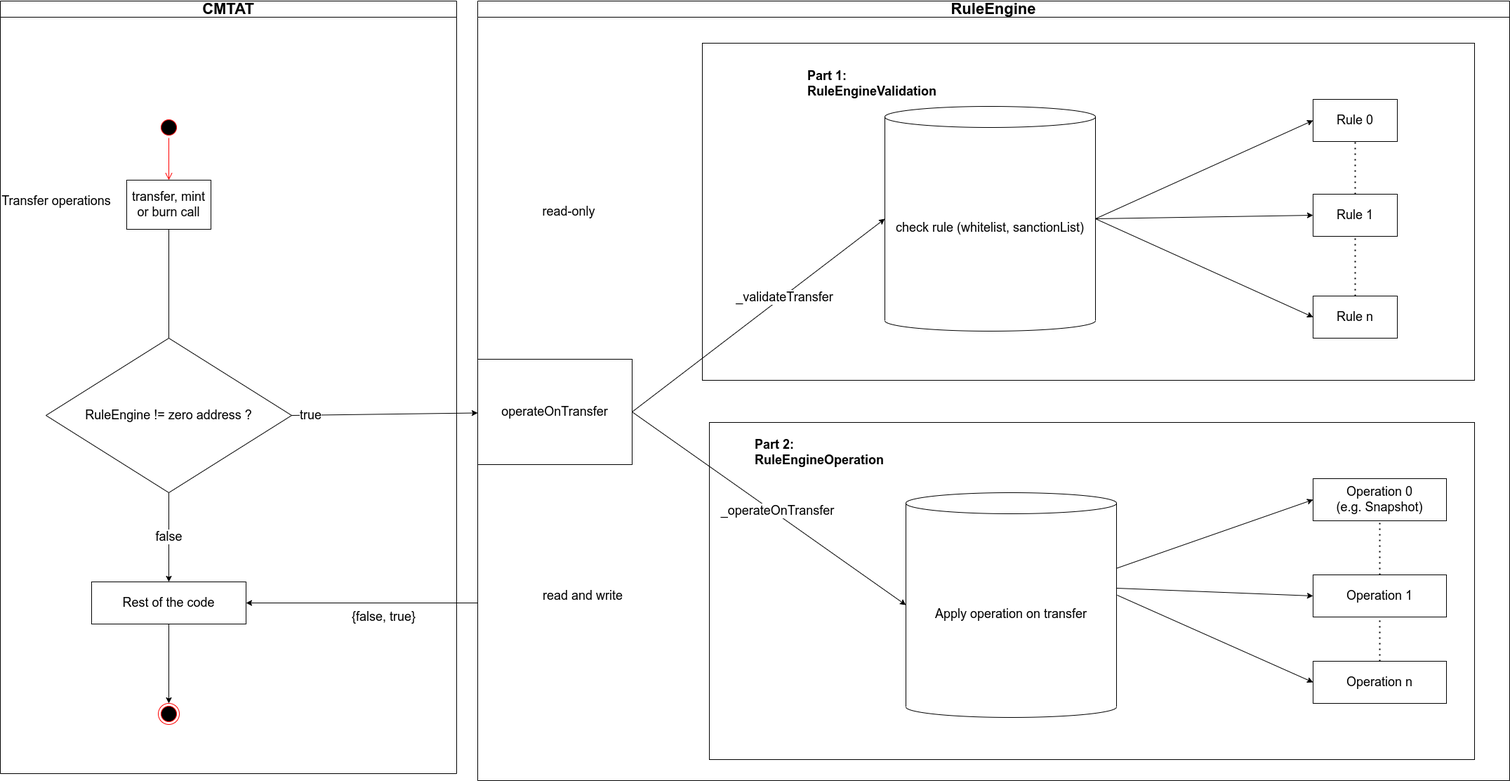
This is doc/schema/drawio/Engine-RuleEngine.drawio.png from CMTA/CMTAT, a draw.io export, as it was before one commit. Source tidied: cells renumbered, new cells last; positions are measured from the earlier drawing's top-left corner, leaving out a move shared by most shapes.
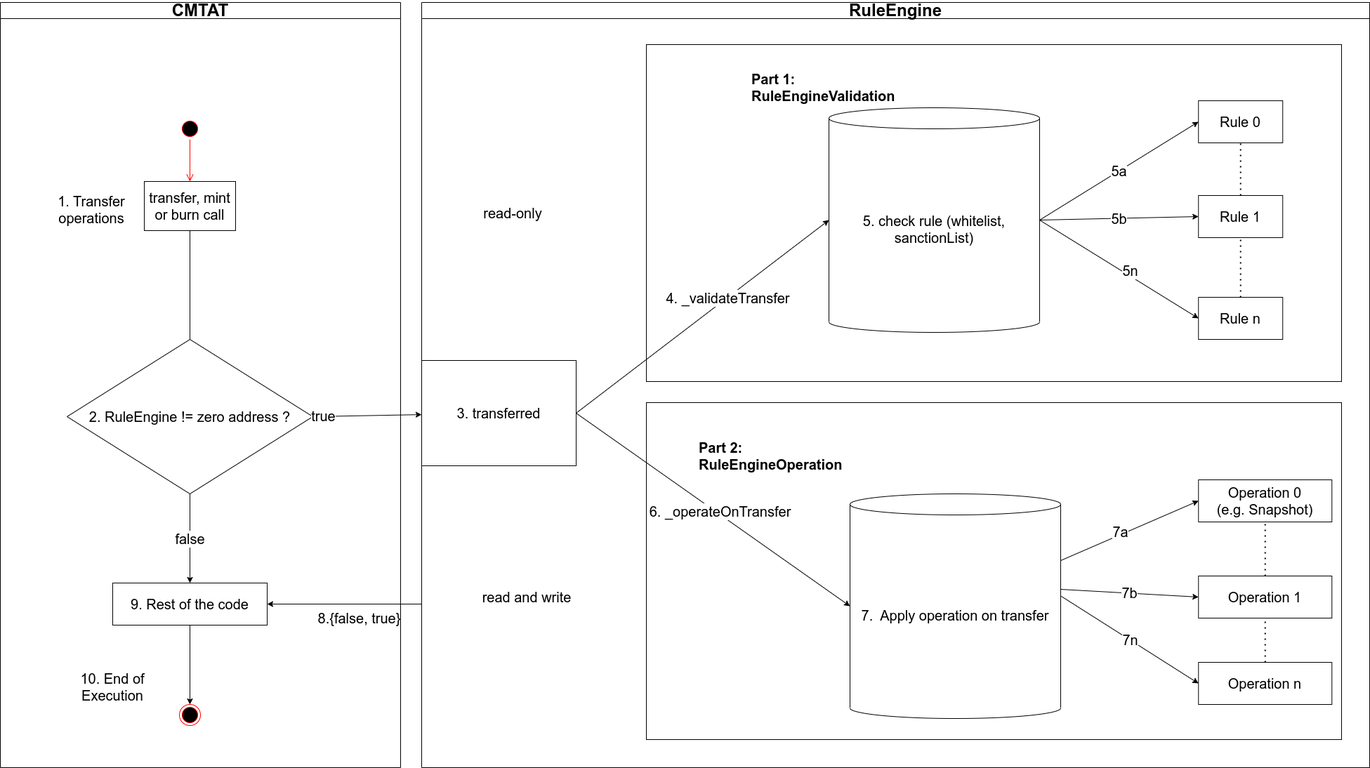
After the change.

Change to the diagram source:
```diff
@@ -2,142 +2,155 @@
   <root>
     <mxCell id="0" />
     <mxCell id="1" parent="0" />
-    <mxCell id="2" value="transfer, mint or burn call" style="rounded=0;whiteSpace=wrap;html=1;fontSize=18;" parent="1" vertex="1">
-      <mxGeometry x="180" y="255" width="120" height="70" as="geometry" />
-    </mxCell>
-    <mxCell id="3" style="endArrow=classic;html=1;rounded=0;exitX=0.5;exitY=1;exitDx=0;exitDy=0;fontSize=18;" parent="1" edge="1" source="2">
+    <mxCell id="3" style="endArrow=classic;html=1;rounded=0;exitX=0.5;exitY=1;exitDx=0;exitDy=0;fontSize=20;" parent="1" edge="1" source="2">
       <mxGeometry relative="1" as="geometry">
-        <mxPoint x="240" y="530" as="targetPoint" />
+        <mxPoint x="350" y="530" as="targetPoint" />
       </mxGeometry>
     </mxCell>
-    <mxCell id="4" value="RuleEngine != zero address ?" style="rhombus;whiteSpace=wrap;html=1;fontSize=18;" parent="1" vertex="1">
-      <mxGeometry x="65" y="480" width="350" height="220" as="geometry" />
+    <mxCell id="4" value="2. RuleEngine != zero address ?" style="rhombus;whiteSpace=wrap;html=1;fontSize=20;" parent="1" vertex="1">
+      <mxGeometry x="175" y="480" width="350" height="220" as="geometry" />
     </mxCell>
-    <mxCell id="5" value="&lt;font style=&quot;font-size: 22px;&quot;&gt;RuleEngine&lt;/font&gt;" style="swimlane;whiteSpace=wrap;html=1;fontSize=18;" parent="1" vertex="1">
-      <mxGeometry x="680" width="1470" height="1110" as="geometry" />
+    <mxCell id="5" value="&lt;font style=&quot;font-size: 24px;&quot;&gt;RuleEngine&lt;/font&gt;" style="swimlane;whiteSpace=wrap;html=1;fontSize=20;" parent="1" vertex="1">
+      <mxGeometry x="680" width="1350" height="1090" as="geometry" />
     </mxCell>
+    <mxCell id="7" style="rounded=0;whiteSpace=wrap;html=1;fontSize=20;" parent="5" vertex="1">
+      <mxGeometry x="320" y="570" width="990" height="480" as="geometry" />
+    </mxCell>
-    <mxCell id="6" style="rounded=0;whiteSpace=wrap;html=1;fontSize=18;" parent="5" vertex="1">
-      <mxGeometry x="320" y="60" width="1100" height="480" as="geometry" />
+    <mxCell id="6" style="rounded=0;whiteSpace=wrap;html=1;fontSize=20;" parent="5" vertex="1">
+      <mxGeometry x="320" y="60" width="990" height="480" as="geometry" />
     </mxCell>
-    <mxCell id="7" style="rounded=0;whiteSpace=wrap;html=1;fontSize=18;" parent="5" vertex="1">
-      <mxGeometry x="330" y="600" width="1090" height="480" as="geometry" />
-    </mxCell>
-    <mxCell id="8" value="operateOnTransfer" style="rounded=0;whiteSpace=wrap;html=1;fontSize=18;" parent="5" vertex="1">
+    <mxCell id="8" value="3. transferred" style="rounded=0;whiteSpace=wrap;html=1;fontSize=20;" parent="5" vertex="1">
       <mxGeometry y="510" width="220" height="150" as="geometry" />
     </mxCell>
-    <mxCell id="9" value="Operation 1" style="rounded=0;whiteSpace=wrap;html=1;fontSize=18;" parent="5" vertex="1">
-      <mxGeometry x="1190" y="817" width="190" height="60" as="geometry" />
+    <mxCell id="9" value="Operation 1" style="rounded=0;whiteSpace=wrap;html=1;fontSize=20;" parent="5" vertex="1">
+      <mxGeometry x="1106.3" y="817" width="190" height="60" as="geometry" />
     </mxCell>
-    <mxCell id="10" value="Operation 0&lt;br style=&quot;font-size: 18px;&quot;&gt;(e.g. Snapshot)" style="rounded=0;whiteSpace=wrap;html=1;fontSize=18;" parent="5" vertex="1">
-      <mxGeometry x="1190" y="680" width="190" height="60" as="geometry" />
+    <mxCell id="10" value="Operation 0&lt;br style=&quot;font-size: 20px;&quot;&gt;(e.g. Snapshot)" style="rounded=0;whiteSpace=wrap;html=1;fontSize=20;" parent="5" vertex="1">
+      <mxGeometry x="1106.3" y="680" width="190" height="60" as="geometry" />
     </mxCell>
-    <mxCell id="11" style="endArrow=none;dashed=1;html=1;dashPattern=1 3;strokeWidth=2;rounded=0;fontSize=18;exitX=0.5;exitY=0;exitDx=0;exitDy=0;entryX=0.5;entryY=1;entryDx=0;entryDy=0;" parent="5" edge="1" source="9" target="10">
+    <mxCell id="11" style="endArrow=none;dashed=1;html=1;dashPattern=1 3;strokeWidth=2;rounded=0;fontSize=20;exitX=0.5;exitY=0;exitDx=0;exitDy=0;entryX=0.5;entryY=1;entryDx=0;entryDy=0;" parent="5" edge="1" source="9" target="10">
       <mxGeometry relative="1" as="geometry" />
     </mxCell>
-    <mxCell id="12" value="&lt;h1 style=&quot;font-size: 18px;&quot;&gt;Part 2: RuleEngineOperation&lt;/h1&gt;" style="text;html=1;strokeColor=none;fillColor=none;spacing=5;spacingTop=-20;whiteSpace=wrap;overflow=hidden;rounded=0;fontSize=18;" parent="5" vertex="1">
+    <mxCell id="12" value="&lt;h1 style=&quot;font-size: 20px;&quot;&gt;Part 2: RuleEngineOperation&lt;/h1&gt;" style="text;html=1;strokeColor=none;fillColor=none;spacing=5;spacingTop=-20;whiteSpace=wrap;overflow=hidden;rounded=0;fontSize=20;" parent="5" vertex="1">
       <mxGeometry x="390" y="620" width="220" height="120" as="geometry" />
     </mxCell>
-    <mxCell id="13" value="Apply operation on transfer" style="shape=cylinder3;whiteSpace=wrap;html=1;boundedLbl=1;backgroundOutline=1;size=15;fontSize=18;" parent="5" vertex="1">
+    <mxCell id="13" value="7.&amp;nbsp; Apply operation on transfer" style="shape=cylinder3;whiteSpace=wrap;html=1;boundedLbl=1;backgroundOutline=1;size=15;fontSize=20;" parent="5" vertex="1">
       <mxGeometry x="610" y="700" width="300" height="320" as="geometry" />
     </mxCell>
-    <mxCell id="14" style="endArrow=classic;html=1;rounded=0;exitX=1;exitY=0.5;exitDx=0;exitDy=0;entryX=0;entryY=0.5;entryDx=0;entryDy=0;entryPerimeter=0;fontSize=18;" parent="5" edge="1" source="8" target="13">
+    <mxCell id="14" style="endArrow=classic;html=1;rounded=0;exitX=1;exitY=0.5;exitDx=0;exitDy=0;entryX=0;entryY=0.5;entryDx=0;entryDy=0;entryPerimeter=0;fontSize=20;" parent="5" edge="1" source="8" target="13">
       <mxGeometry relative="1" as="geometry" />
     </mxCell>
-    <mxCell id="15" value="_operateOnTransfer" style="edgeLabel;html=1;align=center;verticalAlign=middle;fontSize=18;" parent="14" vertex="1">
+    <mxCell id="15" value="6. _operateOnTransfer" style="edgeLabel;html=1;align=center;verticalAlign=middle;fontSize=20;" parent="14" vertex="1">
       <mxGeometry x="0.04" y="4" relative="1" as="geometry" />
     </mxCell>
-    <mxCell id="16" style="endArrow=classic;html=1;rounded=0;entryX=0;entryY=0.5;entryDx=0;entryDy=0;fontSize=18;" parent="5" edge="1" source="13" target="10">
+    <mxCell id="16" style="endArrow=classic;html=1;rounded=0;entryX=0;entryY=0.5;entryDx=0;entryDy=0;fontSize=20;" parent="5" edge="1" source="13" target="10">
       <mxGeometry relative="1" as="geometry" />
     </mxCell>
+    <mxCell id="46" value="7a" style="edgeLabel;html=1;align=center;verticalAlign=middle;fontSize=20;" parent="16" vertex="1">
+      <mxGeometry x="-0.13" y="5" relative="1" as="geometry">
+        <mxPoint x="1" as="offset" />
+      </mxGeometry>
+    </mxCell>
-    <mxCell id="17" style="endArrow=classic;html=1;rounded=0;entryX=0;entryY=0.5;entryDx=0;entryDy=0;exitX=1;exitY=0.425;exitDx=0;exitDy=0;exitPerimeter=0;fontSize=18;" parent="5" edge="1" source="13" target="9">
+    <mxCell id="17" value="7b" style="endArrow=classic;html=1;rounded=0;entryX=0;entryY=0.5;entryDx=0;entryDy=0;exitX=1;exitY=0.425;exitDx=0;exitDy=0;exitPerimeter=0;fontSize=20;" parent="5" edge="1" source="13" target="9">
       <mxGeometry relative="1" as="geometry" />
     </mxCell>
-    <mxCell id="18" value="check rule (whitelist, sanctionList)" style="shape=cylinder3;whiteSpace=wrap;html=1;boundedLbl=1;backgroundOutline=1;size=15;fontSize=18;" parent="5" vertex="1">
+    <mxCell id="18" value="5. check rule (whitelist, sanctionList)" style="shape=cylinder3;whiteSpace=wrap;html=1;boundedLbl=1;backgroundOutline=1;size=15;fontSize=20;" parent="5" vertex="1">
       <mxGeometry x="580" y="150" width="300" height="320" as="geometry" />
     </mxCell>
-    <mxCell id="19" style="endArrow=classic;html=1;rounded=0;exitX=1;exitY=0.5;exitDx=0;exitDy=0;entryX=0;entryY=0.5;entryDx=0;entryDy=0;entryPerimeter=0;fontSize=18;" parent="5" edge="1" source="8" target="18">
+    <mxCell id="19" style="endArrow=classic;html=1;rounded=0;exitX=1;exitY=0.5;exitDx=0;exitDy=0;entryX=0;entryY=0.5;entryDx=0;entryDy=0;entryPerimeter=0;fontSize=20;" parent="5" edge="1" source="8" target="18">
       <mxGeometry relative="1" as="geometry" />
     </mxCell>
-    <mxCell id="20" value="_validateTransfer" style="edgeLabel;html=1;align=center;verticalAlign=middle;fontSize=18;" parent="19" vertex="1">
+    <mxCell id="20" value="4. _validateTransfer" style="edgeLabel;html=1;align=center;verticalAlign=middle;fontSize=20;" parent="19" vertex="1">
       <mxGeometry x="0.2" relative="1" as="geometry" />
     </mxCell>
-    <mxCell id="21" value="Rule 0" style="rounded=0;whiteSpace=wrap;html=1;fontSize=18;" parent="5" vertex="1">
-      <mxGeometry x="1190" y="140" width="120" height="60" as="geometry" />
+    <mxCell id="21" value="Rule 0" style="rounded=0;whiteSpace=wrap;html=1;fontSize=20;" parent="5" vertex="1">
+      <mxGeometry x="1106.2" y="140" width="120" height="60" as="geometry" />
     </mxCell>
-    <mxCell id="22" value="Rule 1" style="rounded=0;whiteSpace=wrap;html=1;fontSize=18;" parent="5" vertex="1">
-      <mxGeometry x="1190" y="275" width="120" height="60" as="geometry" />
+    <mxCell id="22" value="Rule 1" style="rounded=0;whiteSpace=wrap;html=1;fontSize=20;" parent="5" vertex="1">
+      <mxGeometry x="1106.2" y="275" width="120" height="60" as="geometry" />
     </mxCell>
-    <mxCell id="23" style="endArrow=none;dashed=1;html=1;dashPattern=1 3;strokeWidth=2;rounded=0;fontSize=18;entryX=0.5;entryY=1;entryDx=0;entryDy=0;" parent="5" edge="1" source="22" target="21">
+    <mxCell id="23" style="endArrow=none;dashed=1;html=1;dashPattern=1 3;strokeWidth=2;rounded=0;fontSize=20;entryX=0.5;entryY=1;entryDx=0;entryDy=0;" parent="5" edge="1" source="22" target="21">
       <mxGeometry relative="1" as="geometry" />
     </mxCell>
-    <mxCell id="24" value="Rule n" style="rounded=0;whiteSpace=wrap;html=1;fontSize=18;" parent="5" vertex="1">
-      <mxGeometry x="1190" y="420" width="120" height="60" as="geometry" />
+    <mxCell id="24" value="Rule n" style="rounded=0;whiteSpace=wrap;html=1;fontSize=20;" parent="5" vertex="1">
+      <mxGeometry x="1106.2" y="420" width="120" height="60" as="geometry" />
     </mxCell>
-    <mxCell id="25" style="endArrow=none;dashed=1;html=1;dashPattern=1 3;strokeWidth=2;rounded=0;fontSize=18;exitX=0.5;exitY=0;exitDx=0;exitDy=0;" parent="5" edge="1" source="24" target="22">
+    <mxCell id="25" style="endArrow=none;dashed=1;html=1;dashPattern=1 3;strokeWidth=2;rounded=0;fontSize=20;exitX=0.5;exitY=0;exitDx=0;exitDy=0;" parent="5" edge="1" source="24" target="22">
       <mxGeometry relative="1" as="geometry" />
     </mxCell>
-    <mxCell id="26" style="endArrow=classic;html=1;rounded=0;exitX=1;exitY=0.5;exitDx=0;exitDy=0;exitPerimeter=0;entryX=0;entryY=0.5;entryDx=0;entryDy=0;fontSize=18;" parent="5" edge="1" source="18" target="21">
+    <mxCell id="26" value="5a" style="endArrow=classic;html=1;rounded=0;exitX=1;exitY=0.5;exitDx=0;exitDy=0;exitPerimeter=0;entryX=0;entryY=0.5;entryDx=0;entryDy=0;fontSize=20;" parent="5" edge="1" source="18" target="21">
       <mxGeometry relative="1" as="geometry" />
     </mxCell>
-    <mxCell id="27" style="endArrow=classic;html=1;rounded=0;entryX=0;entryY=0.5;entryDx=0;entryDy=0;fontSize=18;exitX=1;exitY=0.5;exitDx=0;exitDy=0;exitPerimeter=0;" parent="5" edge="1" source="18" target="22">
+    <mxCell id="27" value="5b" style="endArrow=classic;html=1;rounded=0;entryX=0;entryY=0.5;entryDx=0;entryDy=0;fontSize=20;exitX=1;exitY=0.5;exitDx=0;exitDy=0;exitPerimeter=0;" parent="5" edge="1" source="18" target="22">
       <mxGeometry relative="1" as="geometry" />
     </mxCell>
-    <mxCell id="28" style="endArrow=classic;html=1;rounded=0;entryX=0;entryY=0.5;entryDx=0;entryDy=0;exitX=1;exitY=0.5;exitDx=0;exitDy=0;exitPerimeter=0;fontSize=18;" parent="5" edge="1" source="18" target="24">
+    <mxCell id="28" style="endArrow=classic;html=1;rounded=0;entryX=0;entryY=0.5;entryDx=0;entryDy=0;exitX=1;exitY=0.5;exitDx=0;exitDy=0;exitPerimeter=0;fontSize=20;" parent="5" edge="1" source="18" target="24">
       <mxGeometry relative="1" as="geometry" />
     </mxCell>
+    <mxCell id="47" value="&lt;font style=&quot;font-size: 20px;&quot;&gt;5n&lt;/font&gt;" style="edgeLabel;html=1;align=center;verticalAlign=middle;fontSize=20;" parent="28" vertex="1">
+      <mxGeometry x="0.1" y="7" relative="1" as="geometry" />
+    </mxCell>
-    <mxCell id="29" value="read and write" style="text;html=1;strokeColor=none;fillColor=none;align=center;verticalAlign=middle;whiteSpace=wrap;rounded=0;fontSize=18;" parent="5" vertex="1">
+    <mxCell id="29" value="read and write" style="text;html=1;strokeColor=none;fillColor=none;align=center;verticalAlign=middle;whiteSpace=wrap;rounded=0;fontSize=20;" parent="5" vertex="1">
       <mxGeometry x="60" y="832" width="180" height="30" as="geometry" />
     </mxCell>
-    <mxCell id="30" value="read-only" style="text;html=1;strokeColor=none;fillColor=none;align=center;verticalAlign=middle;whiteSpace=wrap;rounded=0;fontSize=18;" parent="5" vertex="1">
+    <mxCell id="30" value="read-only" style="text;html=1;strokeColor=none;fillColor=none;align=center;verticalAlign=middle;whiteSpace=wrap;rounded=0;fontSize=20;" parent="5" vertex="1">
       <mxGeometry x="40" y="285" width="180" height="30" as="geometry" />
     </mxCell>
-    <mxCell id="31" style="endArrow=classic;html=1;rounded=0;exitX=1;exitY=0.5;exitDx=0;exitDy=0;fontSize=18;" parent="1" edge="1" source="4" target="8">
+    <mxCell id="31" style="endArrow=classic;html=1;rounded=0;exitX=1;exitY=0.5;exitDx=0;exitDy=0;fontSize=20;" parent="1" edge="1" source="4" target="8">
       <mxGeometry relative="1" as="geometry" />
     </mxCell>
-    <mxCell id="32" value="true" style="edgeLabel;html=1;align=center;verticalAlign=middle;fontSize=18;" parent="31" vertex="1">
+    <mxCell id="32" value="true" style="edgeLabel;html=1;align=center;verticalAlign=middle;fontSize=20;" parent="31" vertex="1">
       <mxGeometry x="-0.81" y="1" relative="1" as="geometry" />
     </mxCell>
-    <mxCell id="33" value="Transfer operations" style="text;html=1;strokeColor=none;fillColor=none;align=center;verticalAlign=middle;whiteSpace=wrap;rounded=0;fontSize=18;" parent="1" vertex="1">
-      <mxGeometry y="270" width="160" height="30" as="geometry" />
-    </mxCell>
-    <mxCell id="34" style="ellipse;html=1;shape=startState;fillColor=#000000;strokeColor=#ff0000;fontSize=18;" parent="1" vertex="1">
-      <mxGeometry x="225" y="165" width="30" height="30" as="geometry" />
+    <mxCell id="34" style="ellipse;html=1;shape=startState;fillColor=#000000;strokeColor=#ff0000;fontSize=20;" parent="1" vertex="1">
+      <mxGeometry x="335" y="165" width="30" height="30" as="geometry" />
     </mxCell>
-    <mxCell id="35" style="edgeStyle=orthogonalEdgeStyle;html=1;verticalAlign=bottom;endArrow=open;endSize=8;strokeColor=#ff0000;rounded=0;fontSize=18;" parent="1" edge="1" source="34">
+    <mxCell id="35" style="edgeStyle=orthogonalEdgeStyle;html=1;verticalAlign=bottom;endArrow=open;endSize=8;strokeColor=#ff0000;rounded=0;fontSize=20;" parent="1" edge="1" source="34">
       <mxGeometry relative="1" as="geometry">
-        <mxPoint x="240" y="255" as="targetPoint" />
+        <mxPoint x="350" y="255" as="targetPoint" />
       </mxGeometry>
     </mxCell>
-    <mxCell id="36" value="{false, true}" style="endArrow=classic;html=1;rounded=0;fontSize=18;entryX=1;entryY=0.5;entryDx=0;entryDy=0;" parent="1" edge="1" target="42">
+    <mxCell id="36" value="8.{false, true}" style="endArrow=classic;html=1;rounded=0;fontSize=20;entryX=1;entryY=0.5;entryDx=0;entryDy=0;" parent="1" edge="1" target="42">
       <mxGeometry x="-0.19" y="20" relative="1" as="geometry">
         <mxPoint x="680" y="857" as="sourcePoint" />
       </mxGeometry>
     </mxCell>
-    <mxCell id="37" value="&lt;h1 style=&quot;font-size: 18px;&quot;&gt;Part 1: RuleEngineValidation&lt;/h1&gt;" style="text;html=1;strokeColor=none;fillColor=none;spacing=5;spacingTop=-20;whiteSpace=wrap;overflow=hidden;rounded=0;fontSize=18;" parent="1" vertex="1">
+    <mxCell id="37" value="&lt;h1 style=&quot;font-size: 20px;&quot;&gt;Part 1: RuleEngineValidation&lt;/h1&gt;" style="text;html=1;strokeColor=none;fillColor=none;spacing=5;spacingTop=-20;whiteSpace=wrap;overflow=hidden;rounded=0;fontSize=20;" parent="1" vertex="1">
       <mxGeometry x="1145.3" y="95" width="240" height="85" as="geometry" />
     </mxCell>
-    <mxCell id="38" value="Operation n" style="rounded=0;whiteSpace=wrap;html=1;fontSize=18;" parent="1" vertex="1">
-      <mxGeometry x="1870" y="940" width="190" height="60" as="geometry" />
+    <mxCell id="38" value="Operation n" style="rounded=0;whiteSpace=wrap;html=1;fontSize=20;" parent="1" vertex="1">
+      <mxGeometry x="1786.3" y="940" width="190" height="60" as="geometry" />
     </mxCell>
-    <mxCell id="39" style="endArrow=classic;html=1;rounded=0;entryX=0;entryY=0.5;entryDx=0;entryDy=0;exitX=1.003;exitY=0.456;exitDx=0;exitDy=0;exitPerimeter=0;fontSize=18;" parent="1" edge="1" source="13" target="38">
+    <mxCell id="39" value="7n" style="endArrow=classic;html=1;rounded=0;entryX=0;entryY=0.5;entryDx=0;entryDy=0;exitX=1.003;exitY=0.456;exitDx=0;exitDy=0;exitPerimeter=0;fontSize=20;" parent="1" edge="1" source="13" target="38">
       <mxGeometry relative="1" as="geometry" />
     </mxCell>
-    <mxCell id="40" value="false" style="endArrow=classic;html=1;rounded=0;fontSize=18;exitX=0.5;exitY=1;exitDx=0;exitDy=0;entryX=0.5;entryY=0;entryDx=0;entryDy=0;" parent="1" edge="1" source="4" target="42">
-      <mxGeometry relative="1" as="geometry" />
+    <mxCell id="40" value="false" style="endArrow=classic;html=1;rounded=0;fontSize=20;entryX=0.5;entryY=0;entryDx=0;entryDy=0;" parent="1" edge="1" target="42">
+      <mxGeometry relative="1" as="geometry">
+        <mxPoint x="350" y="700" as="sourcePoint" />
+      </mxGeometry>
     </mxCell>
-    <mxCell id="41" value="&lt;font style=&quot;font-size: 22px;&quot;&gt;CMTAT&lt;/font&gt;" style="swimlane;whiteSpace=wrap;html=1;fontSize=18;startSize=23;" parent="1" vertex="1">
-      <mxGeometry width="650" height="1100" as="geometry" />
+    <mxCell id="41" value="&lt;font style=&quot;font-size: 24px;&quot;&gt;CMTAT&lt;/font&gt;" style="swimlane;whiteSpace=wrap;html=1;fontSize=20;startSize=23;" parent="1" vertex="1">
+      <mxGeometry x="80" width="570" height="1090" as="geometry" />
     </mxCell>
-    <mxCell id="42" value="Rest of the code" style="rounded=0;whiteSpace=wrap;html=1;fontSize=18;" parent="41" vertex="1">
-      <mxGeometry x="130" y="827" width="220" height="60" as="geometry" />
+    <mxCell id="42" value="9. Rest of the code" style="rounded=0;whiteSpace=wrap;html=1;fontSize=20;" parent="41" vertex="1">
+      <mxGeometry x="160" y="827" width="220" height="60" as="geometry" />
     </mxCell>
-    <mxCell id="43" style="ellipse;html=1;shape=endState;fillColor=#000000;strokeColor=#ff0000;fontSize=18;" parent="41" vertex="1">
-      <mxGeometry x="225" y="1000" width="30" height="30" as="geometry" />
+    <mxCell id="43" style="ellipse;html=1;shape=endState;fillColor=#000000;strokeColor=#ff0000;fontSize=20;" parent="41" vertex="1">
+      <mxGeometry x="255" y="1000" width="30" height="30" as="geometry" />
     </mxCell>
-    <mxCell id="44" style="endArrow=classic;html=1;rounded=0;exitX=0.5;exitY=1;exitDx=0;exitDy=0;fontSize=18;" parent="41" edge="1" source="42" target="43">
+    <mxCell id="44" style="endArrow=classic;html=1;rounded=0;exitX=0.5;exitY=1;exitDx=0;exitDy=0;fontSize=20;" parent="41" edge="1" source="42" target="43">
       <mxGeometry relative="1" as="geometry" />
     </mxCell>
+    <mxCell id="48" value="10. End of Execution" style="text;html=1;strokeColor=none;fillColor=none;align=center;verticalAlign=middle;whiteSpace=wrap;rounded=0;fontSize=20;" parent="41" vertex="1">
+      <mxGeometry x="70" y="960" width="180" height="30" as="geometry" />
+    </mxCell>
+    <mxCell id="33" value="1. Transfer operations" style="text;html=1;strokeColor=none;fillColor=none;align=center;verticalAlign=middle;whiteSpace=wrap;rounded=0;fontSize=20;" parent="41" vertex="1">
+      <mxGeometry x="50" y="280" width="160" height="30" as="geometry" />
+    </mxCell>
+    <mxCell id="2" value="transfer, mint or burn call" style="rounded=0;whiteSpace=wrap;html=1;fontSize=20;" parent="41" vertex="1">
+      <mxGeometry x="205" y="255" width="130" height="70" as="geometry" />
+    </mxCell>
-    <mxCell id="45" style="endArrow=none;dashed=1;html=1;dashPattern=1 3;strokeWidth=2;rounded=0;fontSize=18;exitX=0.5;exitY=0;exitDx=0;exitDy=0;entryX=0.5;entryY=1;entryDx=0;entryDy=0;" parent="1" edge="1" source="38" target="9">
+    <mxCell id="45" style="endArrow=none;dashed=1;html=1;dashPattern=1 3;strokeWidth=2;rounded=0;fontSize=20;exitX=0.5;exitY=0;exitDx=0;exitDy=0;entryX=0.5;entryY=1;entryDx=0;entryDy=0;" parent="1" edge="1" source="38" target="9">
       <mxGeometry relative="1" as="geometry" />
     </mxCell>
   </root>
```
